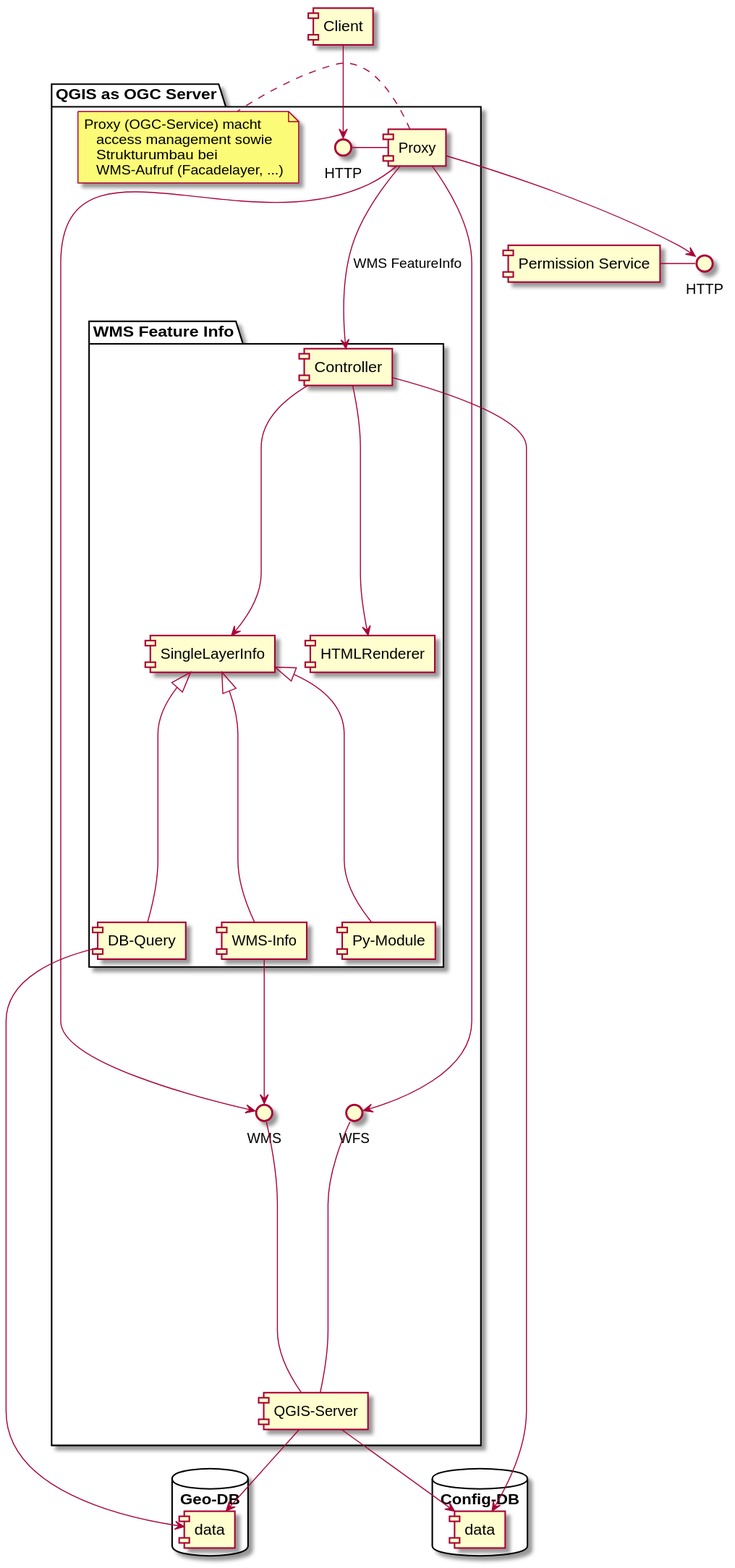
Earlier version of the PlantUML export doc/dia/api_ogc_qgisserver.svg (bjsvwcur/components).
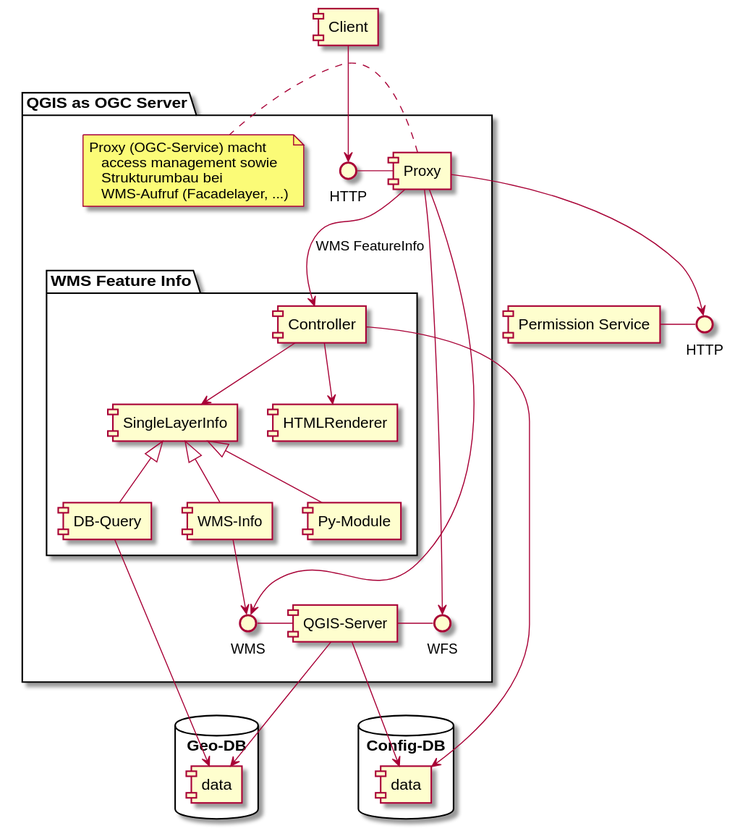
After the commit.

What changed in the source:
```diff
@@ -17,8 +17,8 @@
   [QGIS-Server] as qs
   () WMS as wmi
   () WFS as wfi
-  wfi -- qs
-  wmi -- qs
+  qs - wfi
+  wmi - qs
   qs --> data
   qs --> config
   }
```
